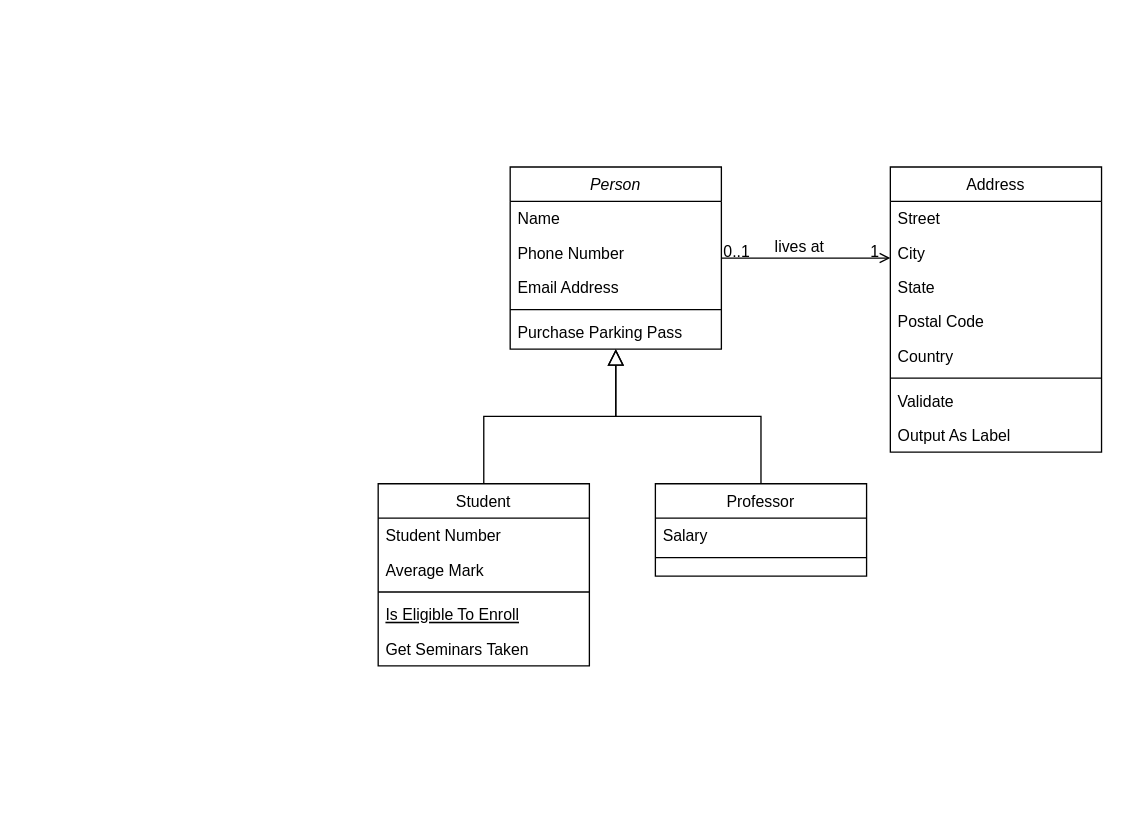
The draw.io diagram EmpilhamentoConteiners.drawio in sergiomnds/projeto_lp2, before the edit. Source tidied: cells renumbered, new cells numbered last; positions are measured from the earlier drawing's top-left corner, leaving out a move shared by most shapes. Both pictures are drawn from the tidied source at 132%, with x=0, y=0 at pixel (378, 166).
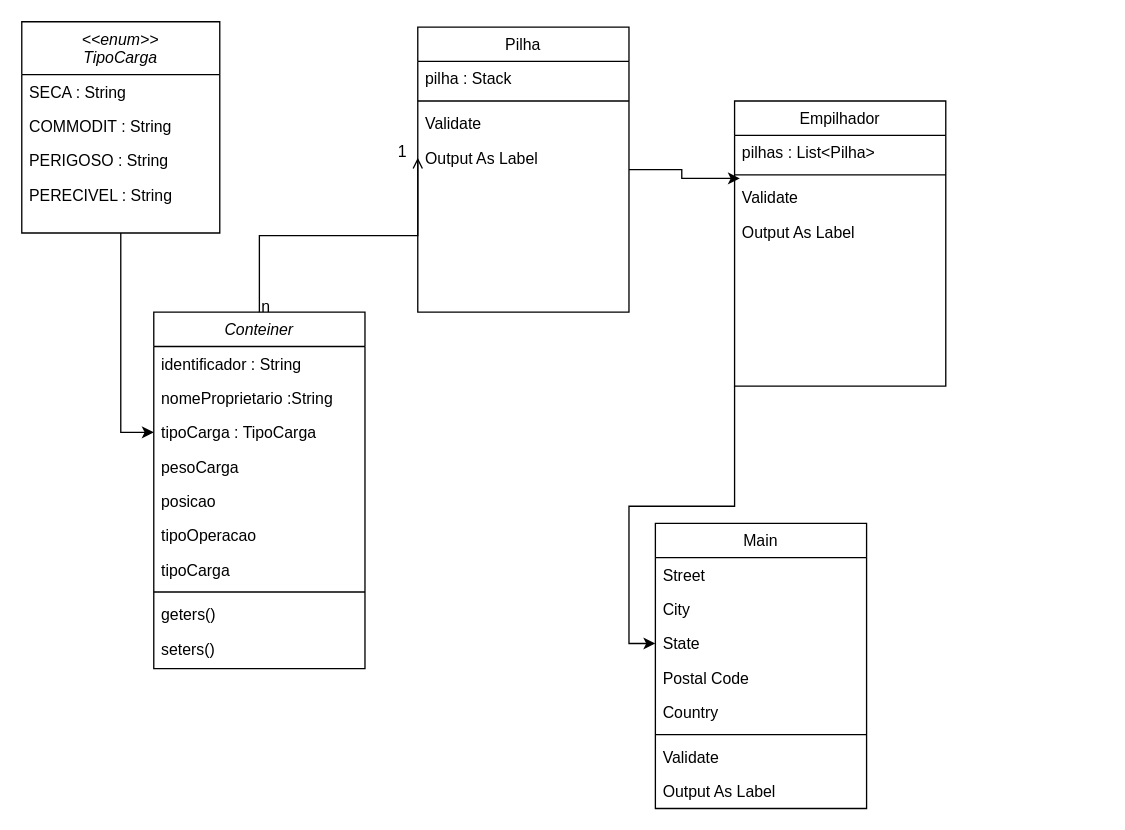
Above is the later version.

Unchanged cells that the change refers to:
```xml
<mxCell id="22" value="State" style="text;align=left;verticalAlign=top;spacingLeft=4;spacingRight=4;overflow=hidden;points=[[0,0.5],[1,0.5]];portConstraint=eastwest;rounded=0;shadow=0;html=0;" parent="19" vertex="1">
  <mxGeometry y="78" width="160" height="26" as="geometry" />
</mxCell>
```

Diff of the diagram source:
```diff
@@
-    <mxCell id="2" value="Person" style="swimlane;fontStyle=2;align=center;verticalAlign=top;horizontal=1;startSize=26;rounded=0;shadow=0;strokeWidth=1;" parent="1" vertex="1">
-      <mxGeometry x="100" width="160" height="138" as="geometry" />
+    <mxCell id="2" value="Conteiner" style="swimlane;fontStyle=2;align=center;verticalAlign=top;horizontal=1;startSize=26;rounded=0;shadow=0;strokeWidth=1;" parent="1" vertex="1">
+      <mxGeometry x="-170" y="110" width="160" height="270" as="geometry" />
     </mxCell>
-    <mxCell id="3" value="Name" style="text;align=left;verticalAlign=top;spacingLeft=4;spacingRight=4;overflow=hidden;" parent="2" vertex="1">
+    <mxCell id="3" value="identificador : String" style="text;align=left;verticalAlign=top;spacingLeft=4;spacingRight=4;overflow=hidden;" parent="2" vertex="1">
       <mxGeometry y="26" width="160" height="26" as="geometry" />
     </mxCell>
-    <mxCell id="4" value="Phone Number" style="text;align=left;verticalAlign=top;spacingLeft=4;spacingRight=4;overflow=hidden;rounded=0;shadow=0;html=0;" parent="2" vertex="1">
+    <mxCell id="4" value="nomeProprietario :String" style="text;align=left;verticalAlign=top;spacingLeft=4;spacingRight=4;overflow=hidden;rounded=0;shadow=0;html=0;" parent="2" vertex="1">
       <mxGeometry y="52" width="160" height="26" as="geometry" />
     </mxCell>
-    <mxCell id="5" value="Email Address" style="text;align=left;verticalAlign=top;spacingLeft=4;spacingRight=4;overflow=hidden;points=[[0,0.5],[1,0.5]];portConstraint=eastwest;rounded=0;shadow=0;html=0;" parent="2" vertex="1">
+    <mxCell id="5" value="tipoCarga : TipoCarga" style="text;align=left;verticalAlign=top;spacingLeft=4;spacingRight=4;overflow=hidden;points=[[0,0.5],[1,0.5]];portConstraint=eastwest;rounded=0;shadow=0;html=0;" parent="2" vertex="1">
       <mxGeometry y="78" width="160" height="26" as="geometry" />
     </mxCell>
-    <mxCell id="6" style="line;html=1;strokeWidth=1;align=left;verticalAlign=middle;spacingTop=-1;spacingLeft=3;spacingRight=3;labelPosition=right;" parent="2" vertex="1">
-      <mxGeometry y="104" width="160" height="8" as="geometry" />
-    </mxCell>
-    <mxCell id="7" value="Purchase Parking Pass" style="text;align=left;verticalAlign=top;spacingLeft=4;spacingRight=4;overflow=hidden;" parent="2" vertex="1">
-      <mxGeometry y="112" width="160" height="26" as="geometry" />
-    </mxCell>
-    <mxCell id="8" value="Student" style="swimlane;fontStyle=0;align=center;verticalAlign=top;horizontal=1;startSize=26;rounded=0;shadow=0;strokeWidth=1;" parent="1" vertex="1">
-      <mxGeometry y="240" width="160" height="138" as="geometry" />
-    </mxCell>
-    <mxCell id="9" value="Student Number" style="text;align=left;verticalAlign=top;spacingLeft=4;spacingRight=4;overflow=hidden;" parent="8" vertex="1">
-      <mxGeometry y="26" width="160" height="26" as="geometry" />
-    </mxCell>
-    <mxCell id="10" value="Average Mark" style="text;align=left;verticalAlign=top;spacingLeft=4;spacingRight=4;overflow=hidden;rounded=0;shadow=0;html=0;" parent="8" vertex="1">
-      <mxGeometry y="52" width="160" height="26" as="geometry" />
-    </mxCell>
-    <mxCell id="11" style="line;html=1;strokeWidth=1;align=left;verticalAlign=middle;spacingTop=-1;spacingLeft=3;spacingRight=3;labelPosition=right;" parent="8" vertex="1">
-      <mxGeometry y="78" width="160" height="8" as="geometry" />
-    </mxCell>
-    <mxCell id="12" value="Is Eligible To Enroll" style="text;align=left;verticalAlign=top;spacingLeft=4;spacingRight=4;overflow=hidden;fontStyle=4;" parent="8" vertex="1">
-      <mxGeometry y="86" width="160" height="26" as="geometry" />
-    </mxCell>
-    <mxCell id="13" value="Get Seminars Taken" style="text;align=left;verticalAlign=top;spacingLeft=4;spacingRight=4;overflow=hidden;" parent="8" vertex="1">
-      <mxGeometry y="112" width="160" height="26" as="geometry" />
-    </mxCell>
-    <mxCell id="14" style="endArrow=block;endSize=10;endFill=0;shadow=0;strokeWidth=1;rounded=0;edgeStyle=elbowEdgeStyle;elbow=vertical;" parent="1" edge="1" source="8" target="2">
-      <mxGeometry relative="1" as="geometry" />
-    </mxCell>
-    <mxCell id="15" value="Professor" style="swimlane;fontStyle=0;align=center;verticalAlign=top;horizontal=1;startSize=26;rounded=0;shadow=0;strokeWidth=1;" parent="1" vertex="1">
-      <mxGeometry x="210" y="240" width="160" height="70" as="geometry" />
-    </mxCell>
-    <mxCell id="16" value="Salary" style="text;align=left;verticalAlign=top;spacingLeft=4;spacingRight=4;overflow=hidden;" parent="15" vertex="1">
-      <mxGeometry y="26" width="160" height="26" as="geometry" />
-    </mxCell>
-    <mxCell id="17" style="line;html=1;strokeWidth=1;align=left;verticalAlign=middle;spacingTop=-1;spacingLeft=3;spacingRight=3;labelPosition=right;" parent="15" vertex="1">
-      <mxGeometry y="52" width="160" height="8" as="geometry" />
-    </mxCell>
-    <mxCell id="18" style="endArrow=block;endSize=10;endFill=0;shadow=0;strokeWidth=1;rounded=0;edgeStyle=elbowEdgeStyle;elbow=vertical;" parent="1" edge="1" source="15" target="2">
-      <mxGeometry relative="1" as="geometry" />
-    </mxCell>
+    <mxCell id="32" value="pesoCarga" style="text;align=left;verticalAlign=top;spacingLeft=4;spacingRight=4;overflow=hidden;rounded=0;shadow=0;html=0;" parent="2" vertex="1">
+      <mxGeometry y="104" width="160" height="26" as="geometry" />
+    </mxCell>
+    <mxCell id="33" value="posicao" style="text;align=left;verticalAlign=top;spacingLeft=4;spacingRight=4;overflow=hidden;rounded=0;shadow=0;html=0;" parent="2" vertex="1">
+      <mxGeometry y="130" width="160" height="26" as="geometry" />
+    </mxCell>
+    <mxCell id="34" value="tipoOperacao" style="text;align=left;verticalAlign=top;spacingLeft=4;spacingRight=4;overflow=hidden;rounded=0;shadow=0;html=0;" parent="2" vertex="1">
+      <mxGeometry y="156" width="160" height="26" as="geometry" />
+    </mxCell>
+    <mxCell id="35" value="tipoCarga" style="text;align=left;verticalAlign=top;spacingLeft=4;spacingRight=4;overflow=hidden;rounded=0;shadow=0;html=0;" parent="2" vertex="1">
+      <mxGeometry y="182" width="160" height="26" as="geometry" />
+    </mxCell>
+    <mxCell id="36" style="line;html=1;strokeWidth=1;align=left;verticalAlign=middle;spacingTop=-1;spacingLeft=3;spacingRight=3;labelPosition=right;" parent="2" vertex="1">
+      <mxGeometry y="208" width="160" height="8" as="geometry" />
+    </mxCell>
+    <mxCell id="37" value="geters()" style="text;align=left;verticalAlign=top;spacingLeft=4;spacingRight=4;overflow=hidden;rounded=0;shadow=0;html=0;" parent="2" vertex="1">
+      <mxGeometry y="216" width="160" height="26" as="geometry" />
+    </mxCell>
+    <mxCell id="38" value="seters()" style="text;align=left;verticalAlign=top;spacingLeft=4;spacingRight=4;overflow=hidden;rounded=0;shadow=0;html=0;" parent="2" vertex="1">
+      <mxGeometry y="242" width="160" height="26" as="geometry" />
+    </mxCell>
-    <mxCell id="19" value="Address" style="swimlane;fontStyle=0;align=center;verticalAlign=top;horizontal=1;startSize=26;rounded=0;shadow=0;strokeWidth=1;" parent="1" vertex="1">
-      <mxGeometry x="388" width="160" height="216" as="geometry" />
+    <mxCell id="19" value="Main" style="swimlane;fontStyle=0;align=center;verticalAlign=top;horizontal=1;startSize=26;rounded=0;shadow=0;strokeWidth=1;" parent="1" vertex="1">
+      <mxGeometry x="210" y="270" width="160" height="216" as="geometry" />
     </mxCell>
@@
-    <mxCell id="28" style="endArrow=open;shadow=0;strokeWidth=1;rounded=0;endFill=1;edgeStyle=elbowEdgeStyle;elbow=vertical;" parent="1" edge="1" source="2" target="19">
+    <mxCell id="28" style="endArrow=open;shadow=0;strokeWidth=1;rounded=0;endFill=1;edgeStyle=elbowEdgeStyle;elbow=vertical;entryX=0;entryY=0.5;entryDx=0;entryDy=0;" parent="1" edge="1" source="2" target="56">
       <mxGeometry x="0.5" y="41" relative="1" as="geometry">
         <mxPoint x="-40" y="32" as="offset" />
       </mxGeometry>
     </mxCell>
-    <mxCell id="29" value="0..1" style="align=left;verticalAlign=bottom;labelBackgroundColor=none;fontSize=12;" parent="28" vertex="1">
+    <mxCell id="29" value="n" style="align=left;verticalAlign=bottom;labelBackgroundColor=none;fontSize=12;" parent="28" vertex="1">
       <mxGeometry x="-1" relative="1" as="geometry">
         <mxPoint y="4" as="offset" />
       </mxGeometry>
     </mxCell>
@@
-    <mxCell id="31" value="lives at" style="text;html=1;align=center;verticalAlign=middle;labelBackgroundColor=none;rounded=0;shadow=0;strokeWidth=1;fontSize=12;" parent="28" vertex="1">
-      <mxGeometry x="0.5" y="49" relative="1" as="geometry">
-        <mxPoint x="-38" y="40" as="offset" />
-      </mxGeometry>
-    </mxCell>
+    <mxCell id="39" value="Empilhador" style="swimlane;fontStyle=0;align=center;verticalAlign=top;horizontal=1;startSize=26;rounded=0;shadow=0;strokeWidth=1;" parent="1" vertex="1">
+      <mxGeometry x="270" y="-50" width="160" height="216" as="geometry" />
+    </mxCell>
+    <mxCell id="40" value="pilhas : List&lt;Pilha&gt;" style="text;align=left;verticalAlign=top;spacingLeft=4;spacingRight=4;overflow=hidden;" parent="39" vertex="1">
+      <mxGeometry y="26" width="160" height="26" as="geometry" />
+    </mxCell>
+    <mxCell id="41" style="line;html=1;strokeWidth=1;align=left;verticalAlign=middle;spacingTop=-1;spacingLeft=3;spacingRight=3;labelPosition=right;" parent="39" vertex="1">
+      <mxGeometry y="52" width="160" height="8" as="geometry" />
+    </mxCell>
+    <mxCell id="42" value="Validate" style="text;align=left;verticalAlign=top;spacingLeft=4;spacingRight=4;overflow=hidden;points=[[0,0.5],[1,0.5]];portConstraint=eastwest;" parent="39" vertex="1">
+      <mxGeometry y="60" width="160" height="26" as="geometry" />
+    </mxCell>
+    <mxCell id="43" value="Output As Label" style="text;align=left;verticalAlign=top;spacingLeft=4;spacingRight=4;overflow=hidden;" parent="39" vertex="1">
+      <mxGeometry y="86" width="160" height="26" as="geometry" />
+    </mxCell>
+    <mxCell id="44" style="edgeStyle=orthogonalEdgeStyle;rounded=0;jettySize=auto;html=1;exitX=0;exitY=1;exitDx=0;exitDy=0;entryX=0;entryY=0.5;entryDx=0;entryDy=0;" parent="1" edge="1" source="39" target="22">
+      <mxGeometry relative="1" as="geometry" />
+    </mxCell>
+    <mxCell id="45" style="edgeStyle=orthogonalEdgeStyle;rounded=0;jettySize=auto;html=1;" parent="1" edge="1" source="46" target="5">
+      <mxGeometry relative="1" as="geometry" />
+    </mxCell>
+    <mxCell id="46" value="&lt;&lt;enum&gt;&gt;&#10;TipoCarga" style="swimlane;fontStyle=2;align=center;verticalAlign=top;horizontal=1;startSize=40;rounded=0;shadow=0;strokeWidth=1;" parent="1" vertex="1">
+      <mxGeometry x="-270" y="-110" width="150" height="160" as="geometry" />
+    </mxCell>
+    <mxCell id="47" value="SECA : String" style="text;align=left;verticalAlign=top;spacingLeft=4;spacingRight=4;overflow=hidden;" parent="46" vertex="1">
+      <mxGeometry y="40" width="150" height="26" as="geometry" />
+    </mxCell>
+    <mxCell id="48" value="COMMODIT : String" style="text;align=left;verticalAlign=top;spacingLeft=4;spacingRight=4;overflow=hidden;" parent="46" vertex="1">
+      <mxGeometry y="66" width="150" height="26" as="geometry" />
+    </mxCell>
+    <mxCell id="49" value="PERIGOSO : String" style="text;align=left;verticalAlign=top;spacingLeft=4;spacingRight=4;overflow=hidden;" parent="46" vertex="1">
+      <mxGeometry y="92" width="150" height="26" as="geometry" />
+    </mxCell>
+    <mxCell id="50" value="PERECIVEL : String" style="text;align=left;verticalAlign=top;spacingLeft=4;spacingRight=4;overflow=hidden;" parent="46" vertex="1">
+      <mxGeometry y="118" width="150" height="26" as="geometry" />
+    </mxCell>
+    <mxCell id="51" style="edgeStyle=orthogonalEdgeStyle;rounded=0;jettySize=auto;html=1;entryX=0.025;entryY=-0.051;entryDx=0;entryDy=0;entryPerimeter=0;" parent="1" edge="1" source="52" target="42">
+      <mxGeometry relative="1" as="geometry" />
+    </mxCell>
+    <mxCell id="52" value="Pilha" style="swimlane;fontStyle=0;align=center;verticalAlign=top;horizontal=1;startSize=26;rounded=0;shadow=0;strokeWidth=1;" parent="1" vertex="1">
+      <mxGeometry x="30" y="-106" width="160" height="216" as="geometry" />
+    </mxCell>
+    <mxCell id="53" value="pilha : Stack" style="text;align=left;verticalAlign=top;spacingLeft=4;spacingRight=4;overflow=hidden;" parent="52" vertex="1">
+      <mxGeometry y="26" width="160" height="26" as="geometry" />
+    </mxCell>
+    <mxCell id="54" style="line;html=1;strokeWidth=1;align=left;verticalAlign=middle;spacingTop=-1;spacingLeft=3;spacingRight=3;labelPosition=right;" parent="52" vertex="1">
+      <mxGeometry y="52" width="160" height="8" as="geometry" />
+    </mxCell>
+    <mxCell id="55" value="Validate" style="text;align=left;verticalAlign=top;spacingLeft=4;spacingRight=4;overflow=hidden;" parent="52" vertex="1">
+      <mxGeometry y="60" width="160" height="26" as="geometry" />
+    </mxCell>
+    <mxCell id="56" value="Output As Label" style="text;align=left;verticalAlign=top;spacingLeft=4;spacingRight=4;overflow=hidden;points=[[0,0.5],[1,0.5]];portConstraint=eastwest;" parent="52" vertex="1">
+      <mxGeometry y="86" width="160" height="26" as="geometry" />
+    </mxCell>
```
